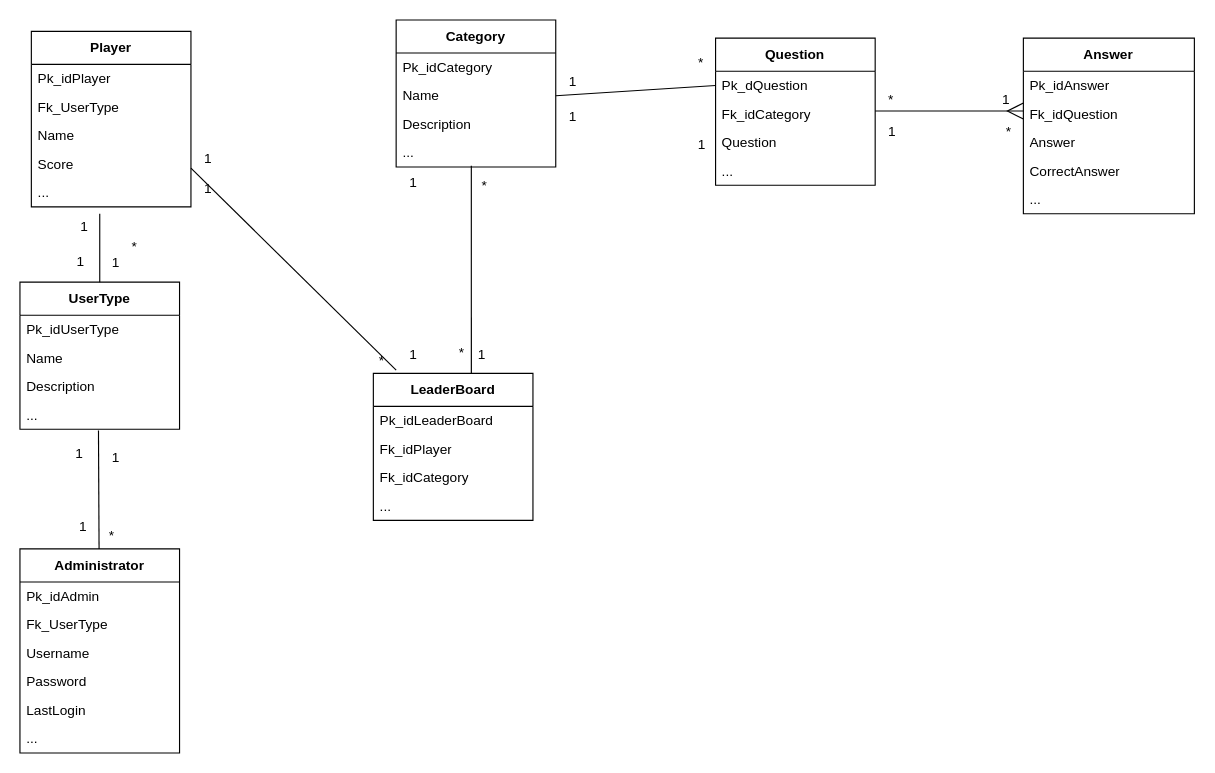
The draw.io diagram File/03MER.drawio in BACHILYEC/PROYECTO-FINAL-PROG-II, before the edit. Source tidied: cells renumbered, new cells numbered last; positions are measured from the earlier drawing's top-left corner, leaving out a move shared by most shapes. Both pictures are drawn from the tidied source at 114%, with x=0, y=0 at pixel (19, 19).
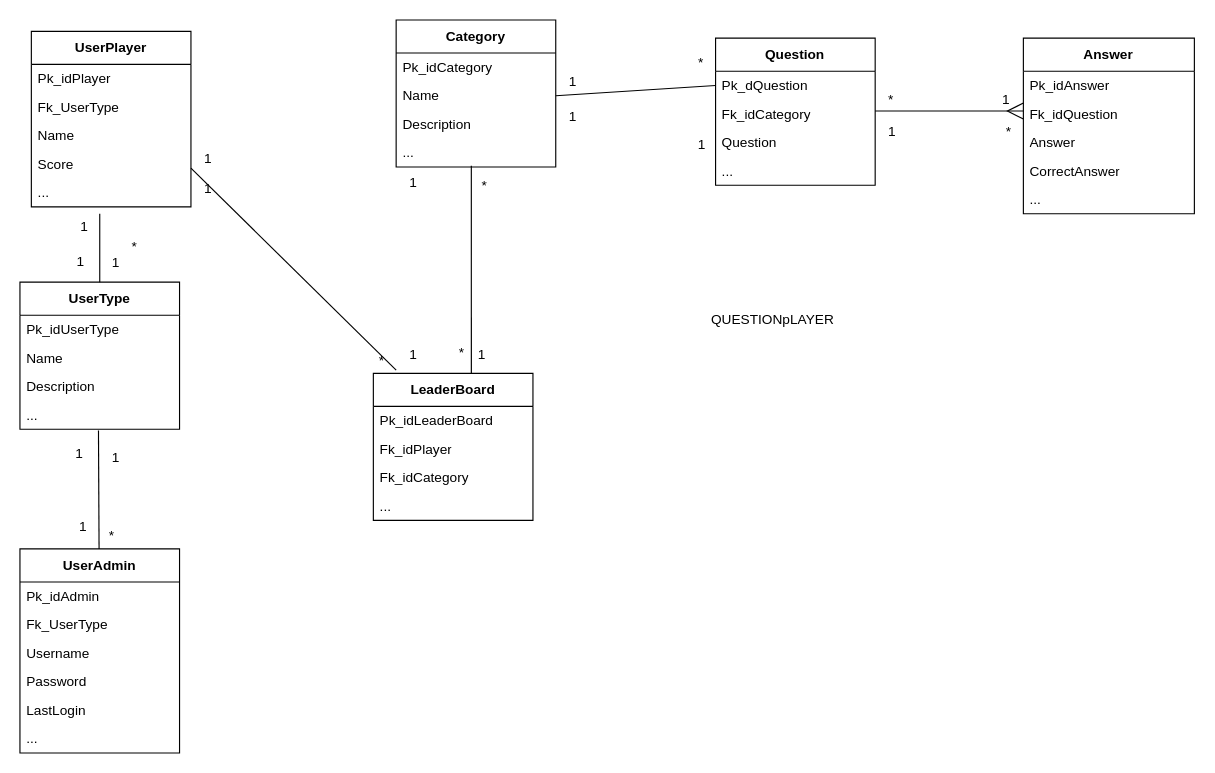
The same diagram, later.

The edit, as a diff of the source:
```diff
@@
-    <mxCell id="2" value="Player" style="swimlane;fontStyle=1;align=center;verticalAlign=middle;horizontal=1;startSize=29;html=1;whiteSpace=wrap;" parent="1" vertex="1">
+    <mxCell id="2" value="UserPlayer" style="swimlane;fontStyle=1;align=center;verticalAlign=middle;horizontal=1;startSize=29;html=1;whiteSpace=wrap;" parent="1" vertex="1">
       <mxGeometry x="10" y="10" width="140" height="154" as="geometry" />
     </mxCell>
@@
-    <mxCell id="55" value="Administrator" style="swimlane;fontStyle=1;align=center;verticalAlign=middle;horizontal=1;startSize=29;html=1;whiteSpace=wrap;" parent="1" vertex="1">
+    <mxCell id="55" value="UserAdmin" style="swimlane;fontStyle=1;align=center;verticalAlign=middle;horizontal=1;startSize=29;html=1;whiteSpace=wrap;" parent="1" vertex="1">
       <mxGeometry y="464" width="140" height="179" as="geometry" />
     </mxCell>
@@
+    <mxCell id="74" value="QUESTIONpLAYER" style="text;html=1;align=center;verticalAlign=middle;strokeColor=none;fillColor=none;" parent="1" vertex="1">
+      <mxGeometry x="595" y="248" width="130" height="30" as="geometry" />
+    </mxCell>
```
